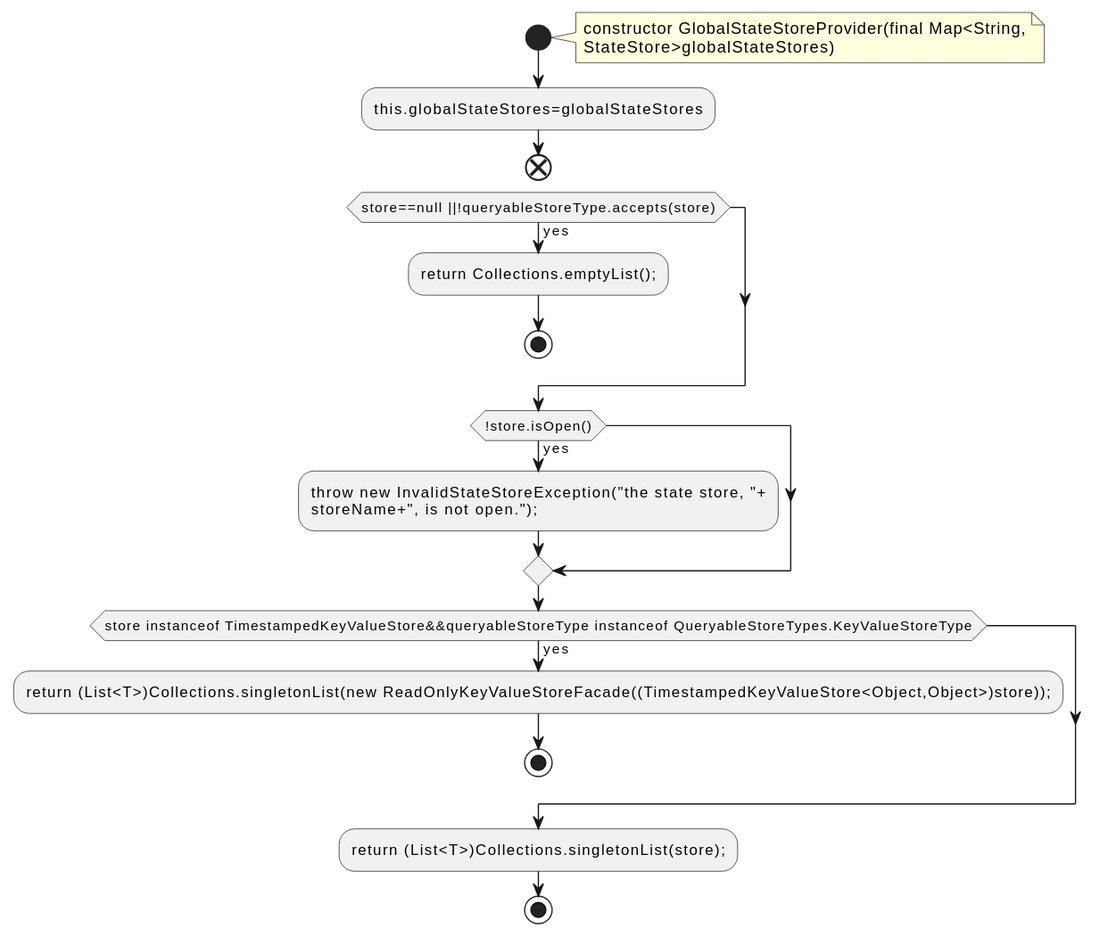
Earlier version of the PlantUML export docs/qc/streams/src/main/java/org/apache/kafka/streams/state/internals/GlobalStateStoreProvider.java.fct.svg (qualitesys/kafka).
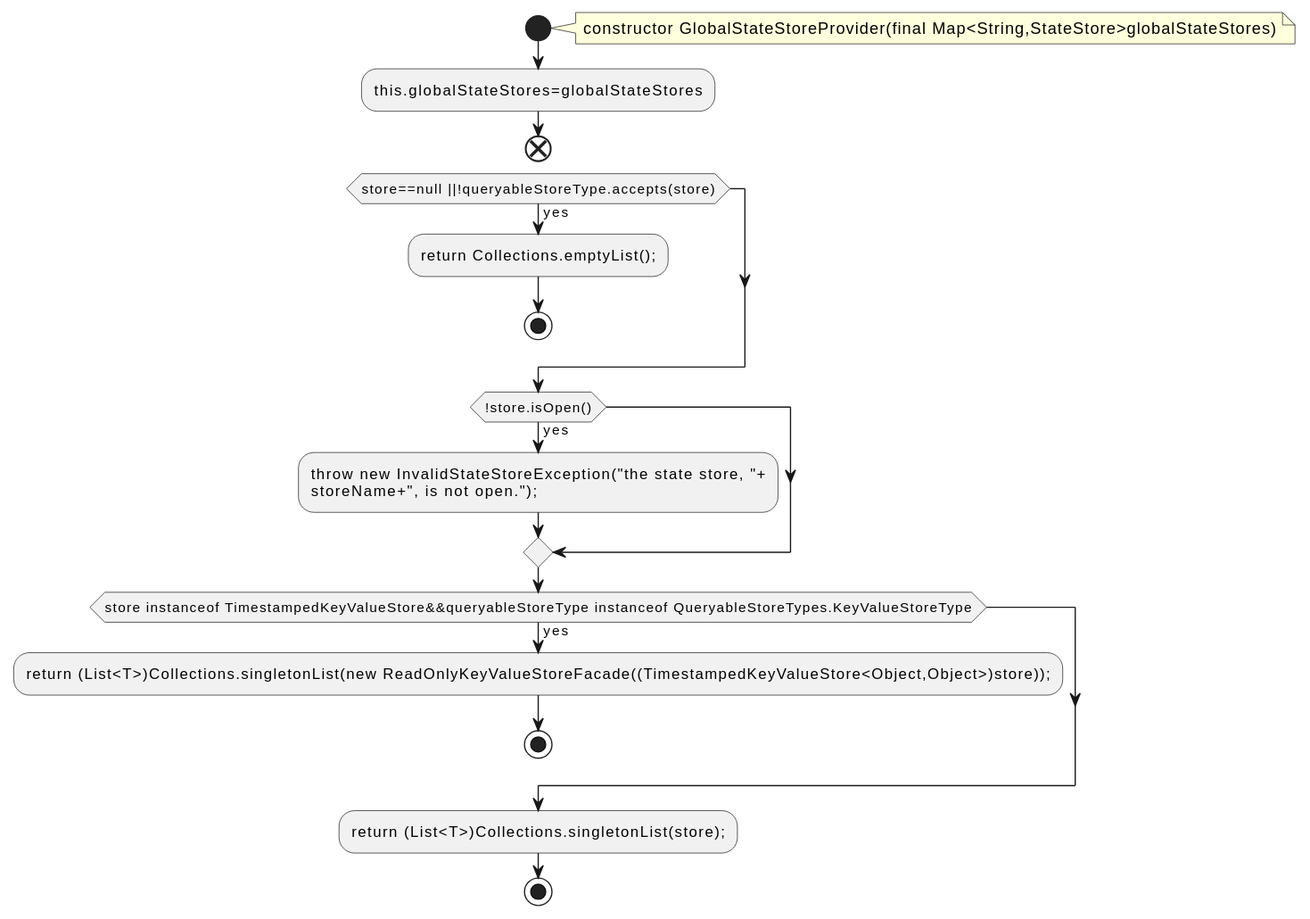
Above is the later version.

What changed in the source:
```diff
@@ -2,8 +2,7 @@
 !pragma layout smetana
 start
 note right
-constructor GlobalStateStoreProvider(final Map<String,
-StateStore>globalStateStores)
+constructor GlobalStateStoreProvider(final Map<String,StateStore>globalStateStores)
 end note
 :this.globalStateStores=globalStateStores;
 end
```
